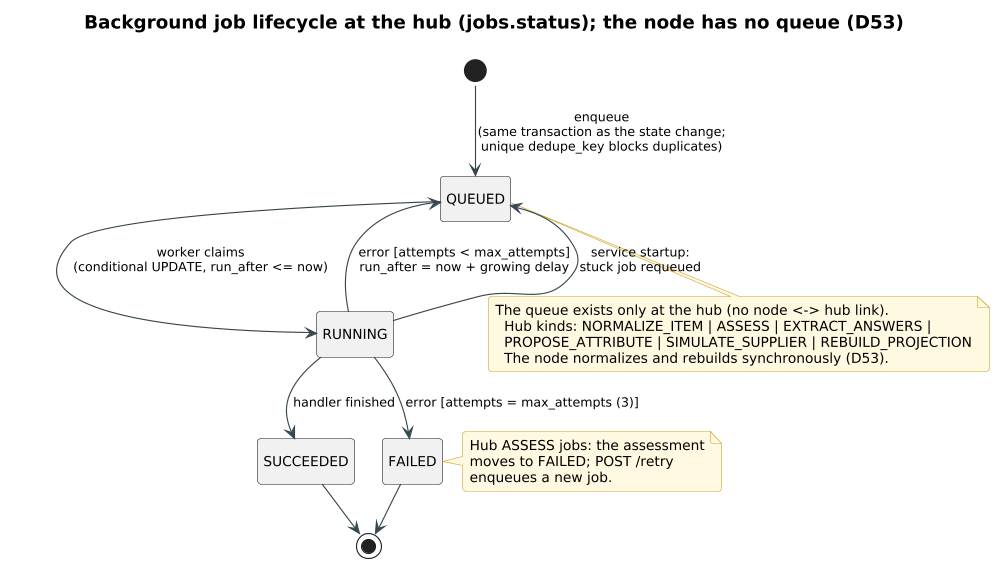
This is charts/png/10_job_states.png from RatlingHitman136/sanovio-test, a PlantUML export, as it was before one commit.
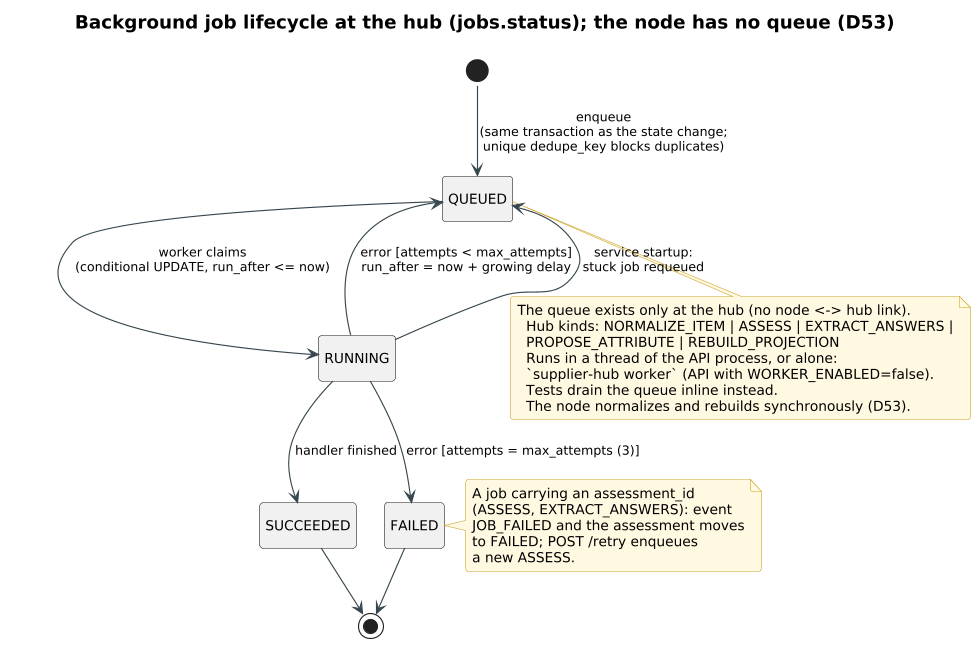
Above is the later version.

What changed in the source:
```diff
@@ -16,15 +16,20 @@
 FAILED --> [*]
 
 note right of FAILED
-  Hub ASSESS jobs: the assessment
-  moves to FAILED; POST /retry
-  enqueues a new job.
+  A job carrying an assessment_id
+  (ASSESS, EXTRACT_ANSWERS): event
+  JOB_FAILED and the assessment moves
+  to FAILED; POST /retry enqueues
+  a new ASSESS.
 end note
 
 note bottom of QUEUED
 The queue exists only at the hub (no node <-> hub link).
   Hub kinds: NORMALIZE_ITEM | ASSESS | EXTRACT_ANSWERS |
-  PROPOSE_ATTRIBUTE | SIMULATE_SUPPLIER | REBUILD_PROJECTION
+  PROPOSE_ATTRIBUTE | REBUILD_PROJECTION
+  Runs in a thread of the API process, or alone:
+  `supplier-hub worker` (API with WORKER_ENABLED=false).
+  Tests drain the queue inline instead.
   The node normalizes and rebuilds synchronously (D53).
 end note
 
```
